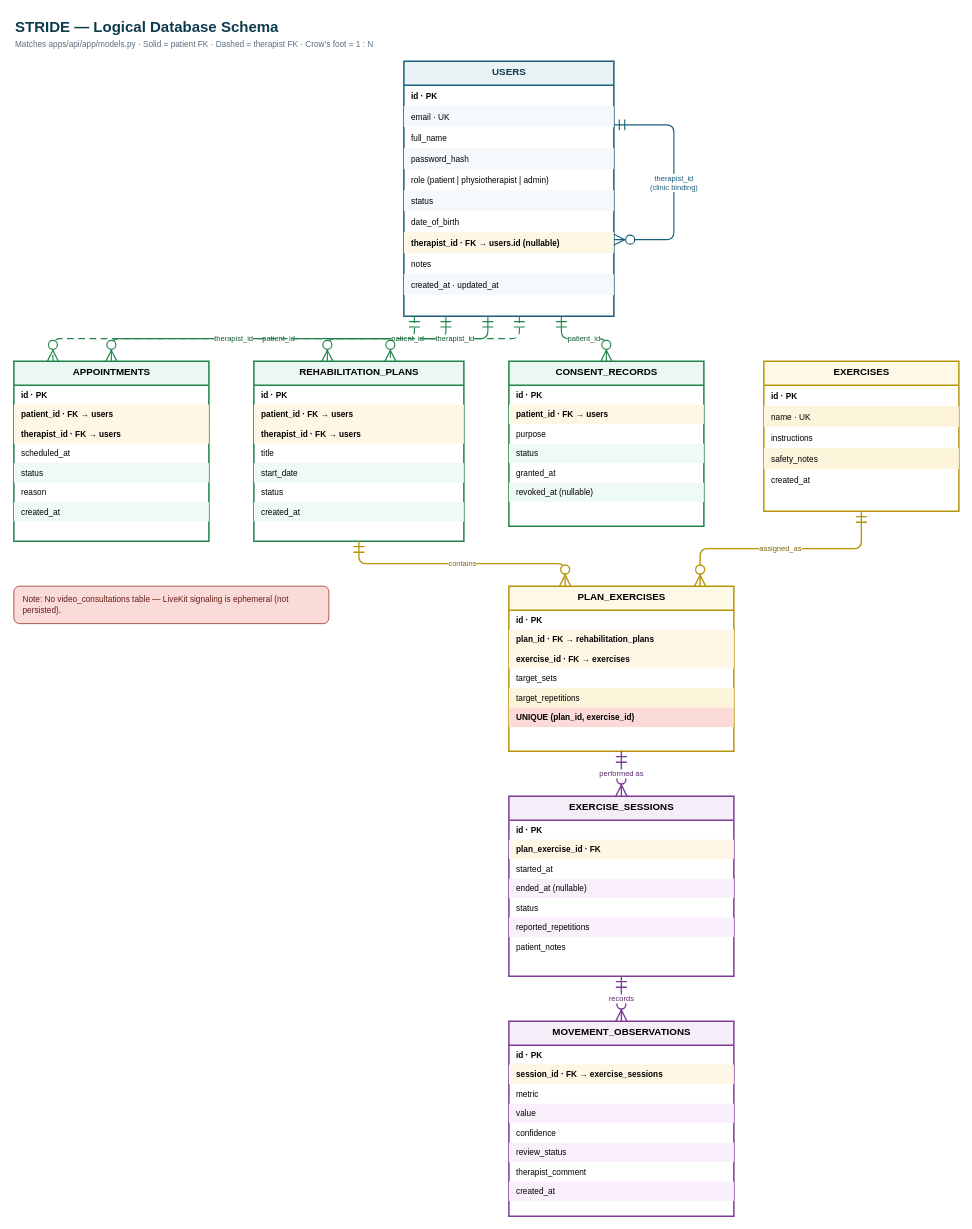
This is docs/diagrams/05-logical-db-schema.drawio from riyaz-ahamed-07/Stride, a draw.io file, before an edit. Source tidied: cells renumbered, new cells numbered last; positions are measured from the earlier drawing's top-left corner, leaving out a move shared by most shapes. Both pictures are drawn from the tidied source at 75%, with x=0, y=0 at pixel (14, 13).
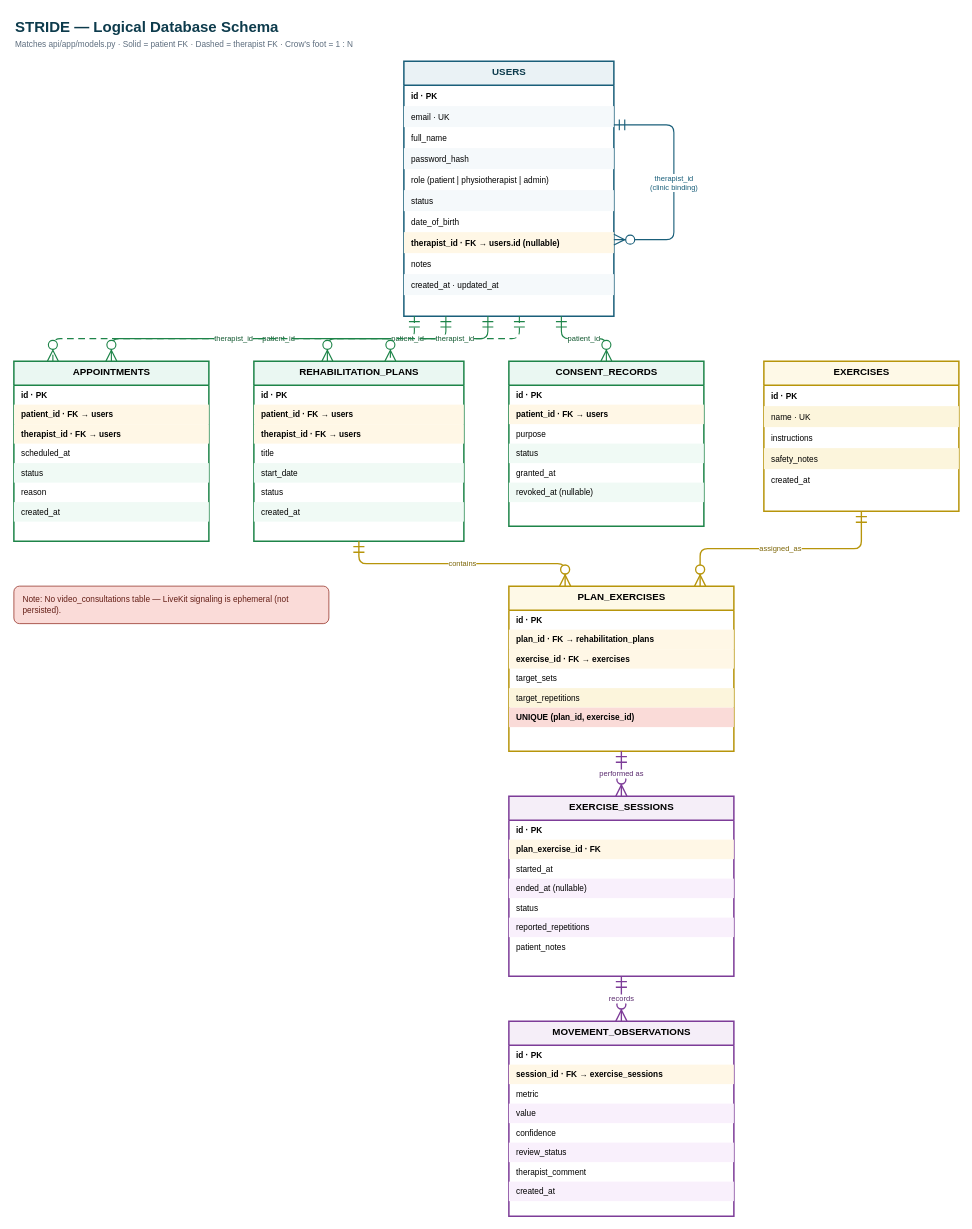
The same diagram, later.

Diff of the diagram source:
```diff
@@
-    <mxCell id="3" value="Matches apps/api/app/models.py · Solid = patient FK · Dashed = therapist FK · Crow’s foot = 1 : N" style="text;html=1;fontSize=11;fontColor=#5d6d7e;align=left;" parent="1" vertex="1">
+    <mxCell id="3" value="Matches api/app/models.py · Solid = patient FK · Dashed = therapist FK · Crow’s foot = 1 : N" style="text;html=1;fontSize=11;fontColor=#5d6d7e;align=left;" parent="1" vertex="1">
       <mxGeometry y="28" width="620" height="20" as="geometry" />
     </mxCell>
```
